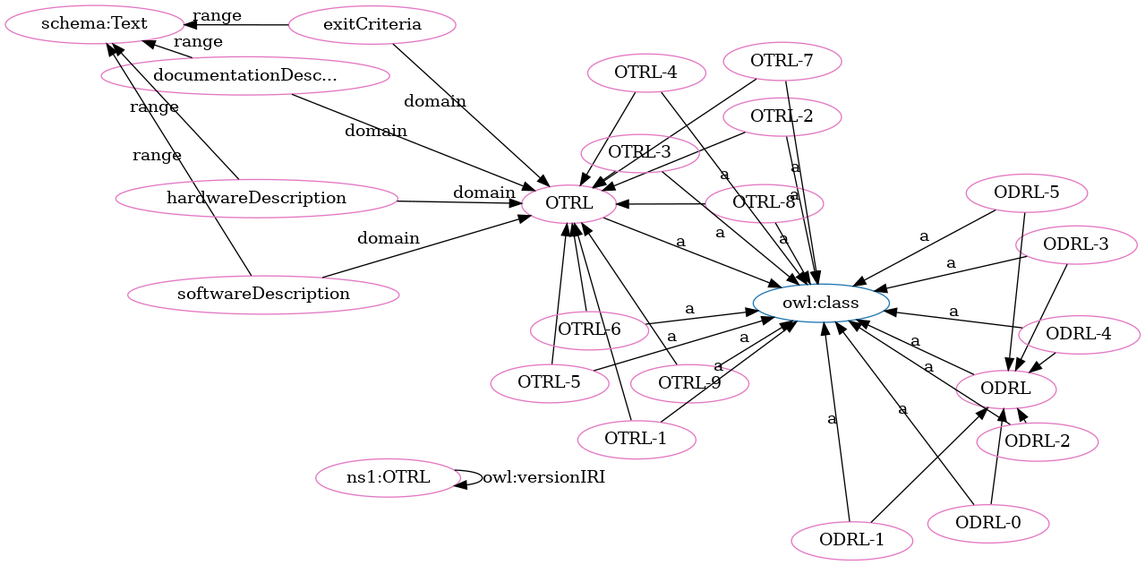
Earlier version of the Graphviz export OTRL-clean.png (OPEN-NEXT/OKH-LOSH). Its source is kept beside it as OTRL-clean.dot. Source of this version:
```dot
digraph G {
  rankdir=BT
  node[height=.3]
"http://purl.org/oseg/ontologies/OTRL#OTRL" [fillcolor="#1f77b4" color="#1f77b4" label="OTRL"]
"http://www.w3.org/2002/07/owl#class" [fillcolor="#1f77b4" color="#1f77b4" label="owl:class"]
"http://purl.org/oseg/ontologies/OTRL#ODRL" [fillcolor="#1f77b4" color="#1f77b4" label="ODRL"]
"http://purl.org/oseg/ontologies/OTRL#OTRL-2" [fillcolor="#e377c2" color="#e377c2" label="OTRL-2"]
"http://purl.org/oseg/ontologies/OTRL#OTRL-9" [fillcolor="#e377c2" color="#e377c2" label="OTRL-9"]
"http://purl.org/oseg/ontologies/OTRL#ODRL" [fillcolor="#e377c2" color="#e377c2" label="ODRL"]
"http://schema.org/Text" [fillcolor="#e377c2" color="#e377c2" label="schema:Text"]
"http://purl.org/oseg/ontologies/OTRL#exitCriteria" [fillcolor="#e377c2" color="#e377c2" label="exitCriteria"]
"http://purl.org/oseg/ontologies/OTRL#OTRL" [fillcolor="#e377c2" color="#e377c2" label="OTRL"]
"http://purl.org/oseg/ontologies/OTRL#OTRL-8" [fillcolor="#e377c2" color="#e377c2" label="OTRL-8"]
"http://purl.org/oseg/ontologies/OTRL" [fillcolor="#e377c2" color="#e377c2" label="ns1:OTRL"]
"http://purl.org/oseg/ontologies/OTRL#ODRL-1" [fillcolor="#e377c2" color="#e377c2" label="ODRL-1"]
"http://purl.org/oseg/ontologies/OTRL#OTRL-1" [fillcolor="#e377c2" color="#e377c2" label="OTRL-1"]
"http://purl.org/oseg/ontologies/OTRL#OTRL-4" [fillcolor="#e377c2" color="#e377c2" label="OTRL-4"]
"http://purl.org/oseg/ontologies/OTRL#ODRL-0" [fillcolor="#e377c2" color="#e377c2" label="ODRL-0"]
"http://purl.org/oseg/ontologies/OTRL#ODRL-3" [fillcolor="#e377c2" color="#e377c2" label="ODRL-3"]
"http://purl.org/oseg/ontologies/OTRL#documentationDescription" [fillcolor="#e377c2" color="#e377c2" label="documentationDesc..."]
"http://purl.org/oseg/ontologies/OTRL#OTRL-7" [fillcolor="#e377c2" color="#e377c2" label="OTRL-7"]
"http://purl.org/oseg/ontologies/OTRL#ODRL-4" [fillcolor="#e377c2" color="#e377c2" label="ODRL-4"]
"http://purl.org/oseg/ontologies/OTRL#OTRL-5" [fillcolor="#e377c2" color="#e377c2" label="OTRL-5"]
"http://purl.org/oseg/ontologies/OTRL#ODRL-2" [fillcolor="#e377c2" color="#e377c2" label="ODRL-2"]
"http://purl.org/oseg/ontologies/OTRL#OTRL-6" [fillcolor="#e377c2" color="#e377c2" label="OTRL-6"]
"http://purl.org/oseg/ontologies/OTRL#OTRL-3" [fillcolor="#e377c2" color="#e377c2" label="OTRL-3"]
"http://purl.org/oseg/ontologies/OTRL#softwareDescription" [fillcolor="#e377c2" color="#e377c2" label="softwareDescription"]
"http://purl.org/oseg/ontologies/OTRL#hardwareDescription" [fillcolor="#e377c2" color="#e377c2" label="hardwareDescription"]
"http://purl.org/oseg/ontologies/OTRL#ODRL-5" [fillcolor="#e377c2" color="#e377c2" label="ODRL-5"]
  "http://purl.org/oseg/ontologies/OTRL#OTRL-2" -> "http://www.w3.org/2002/07/owl#class" [label="a"]
  "http://purl.org/oseg/ontologies/OTRL#OTRL-9" -> "http://www.w3.org/2002/07/owl#class" [label="a"]
  "http://purl.org/oseg/ontologies/OTRL#hardwareDescription" -> "http://schema.org/Text" [label="range"]
  "http://purl.org/oseg/ontologies/OTRL#OTRL-8" -> "http://www.w3.org/2002/07/owl#class" [label="a"]
  "http://purl.org/oseg/ontologies/OTRL#OTRL-5" -> "http://purl.org/oseg/ontologies/OTRL#OTRL" [label=""]
  "http://purl.org/oseg/ontologies/OTRL#OTRL-9" -> "http://purl.org/oseg/ontologies/OTRL#OTRL" [label=""]
  "http://purl.org/oseg/ontologies/OTRL#ODRL-1" -> "http://www.w3.org/2002/07/owl#class" [label="a"]
  "http://purl.org/oseg/ontologies/OTRL#exitCriteria" -> "http://schema.org/Text" [label="range"]
  "http://purl.org/oseg/ontologies/OTRL#OTRL-3" -> "http://purl.org/oseg/ontologies/OTRL#OTRL" [label=""]
  "http://purl.org/oseg/ontologies/OTRL#ODRL-3" -> "http://www.w3.org/2002/07/owl#class" [label="a"]
  "http://purl.org/oseg/ontologies/OTRL#OTRL-7" -> "http://www.w3.org/2002/07/owl#class" [label="a"]
  "http://purl.org/oseg/ontologies/OTRL#ODRL-4" -> "http://purl.org/oseg/ontologies/OTRL#ODRL" [label=""]
  "http://purl.org/oseg/ontologies/OTRL#OTRL-5" -> "http://www.w3.org/2002/07/owl#class" [label="a"]
  "http://purl.org/oseg/ontologies/OTRL#ODRL-2" -> "http://www.w3.org/2002/07/owl#class" [label="a"]
  "http://purl.org/oseg/ontologies/OTRL#hardwareDescription" -> "http://purl.org/oseg/ontologies/OTRL#OTRL" [label="domain"]
  "http://purl.org/oseg/ontologies/OTRL#OTRL-3" -> "http://www.w3.org/2002/07/owl#class" [label="a"]
  "http://purl.org/oseg/ontologies/OTRL" -> "http://purl.org/oseg/ontologies/OTRL" [label="owl:versionIRI"]
  "http://purl.org/oseg/ontologies/OTRL#OTRL-1" -> "http://purl.org/oseg/ontologies/OTRL#OTRL" [label=""]
  "http://purl.org/oseg/ontologies/OTRL#OTRL-4" -> "http://purl.org/oseg/ontologies/OTRL#OTRL" [label=""]
  "http://purl.org/oseg/ontologies/OTRL#ODRL-3" -> "http://purl.org/oseg/ontologies/OTRL#ODRL" [label=""]
  "http://purl.org/oseg/ontologies/OTRL#softwareDescription" -> "http://schema.org/Text" [label="range"]
  "http://purl.org/oseg/ontologies/OTRL#OTRL" -> "http://www.w3.org/2002/07/owl#class" [label="a"]
  "http://purl.org/oseg/ontologies/OTRL#OTRL-8" -> "http://purl.org/oseg/ontologies/OTRL#OTRL" [label=""]
  "http://purl.org/oseg/ontologies/OTRL#OTRL-1" -> "http://www.w3.org/2002/07/owl#class" [label="a"]
  "http://purl.org/oseg/ontologies/OTRL#OTRL-4" -> "http://www.w3.org/2002/07/owl#class" [label="a"]
  "http://purl.org/oseg/ontologies/OTRL#documentationDescription" -> "http://purl.org/oseg/ontologies/OTRL#OTRL" [label="domain"]
  "http://purl.org/oseg/ontologies/OTRL#ODRL-1" -> "http://purl.org/oseg/ontologies/OTRL#ODRL" [label=""]
  "http://purl.org/oseg/ontologies/OTRL#ODRL-0" -> "http://www.w3.org/2002/07/owl#class" [label="a"]
  "http://purl.org/oseg/ontologies/OTRL#exitCriteria" -> "http://purl.org/oseg/ontologies/OTRL#OTRL" [label="domain"]
  "http://purl.org/oseg/ontologies/OTRL#ODRL-5" -> "http://purl.org/oseg/ontologies/OTRL#ODRL" [label=""]
  "http://purl.org/oseg/ontologies/OTRL#ODRL-4" -> "http://www.w3.org/2002/07/owl#class" [label="a"]
  "http://purl.org/oseg/ontologies/OTRL#OTRL-7" -> "http://purl.org/oseg/ontologies/OTRL#OTRL" [label=""]
  "http://purl.org/oseg/ontologies/OTRL#softwareDescription" -> "http://purl.org/oseg/ontologies/OTRL#OTRL" [label="domain"]
  "http://purl.org/oseg/ontologies/OTRL#OTRL-6" -> "http://www.w3.org/2002/07/owl#class" [label="a"]
  "http://purl.org/oseg/ontologies/OTRL#OTRL-2" -> "http://purl.org/oseg/ontologies/OTRL#OTRL" [label=""]
  "http://purl.org/oseg/ontologies/OTRL#ODRL-2" -> "http://purl.org/oseg/ontologies/OTRL#ODRL" [label=""]
  "http://purl.org/oseg/ontologies/OTRL#documentationDescription" -> "http://schema.org/Text" [label="range"]
  "http://purl.org/oseg/ontologies/OTRL#OTRL-6" -> "http://purl.org/oseg/ontologies/OTRL#OTRL" [label=""]
  "http://purl.org/oseg/ontologies/OTRL#ODRL" -> "http://www.w3.org/2002/07/owl#class" [label="a"]
  "http://purl.org/oseg/ontologies/OTRL#ODRL-5" -> "http://www.w3.org/2002/07/owl#class" [label="a"]
  "http://purl.org/oseg/ontologies/OTRL#ODRL-0" -> "http://purl.org/oseg/ontologies/OTRL#ODRL" [label=""]
}
```
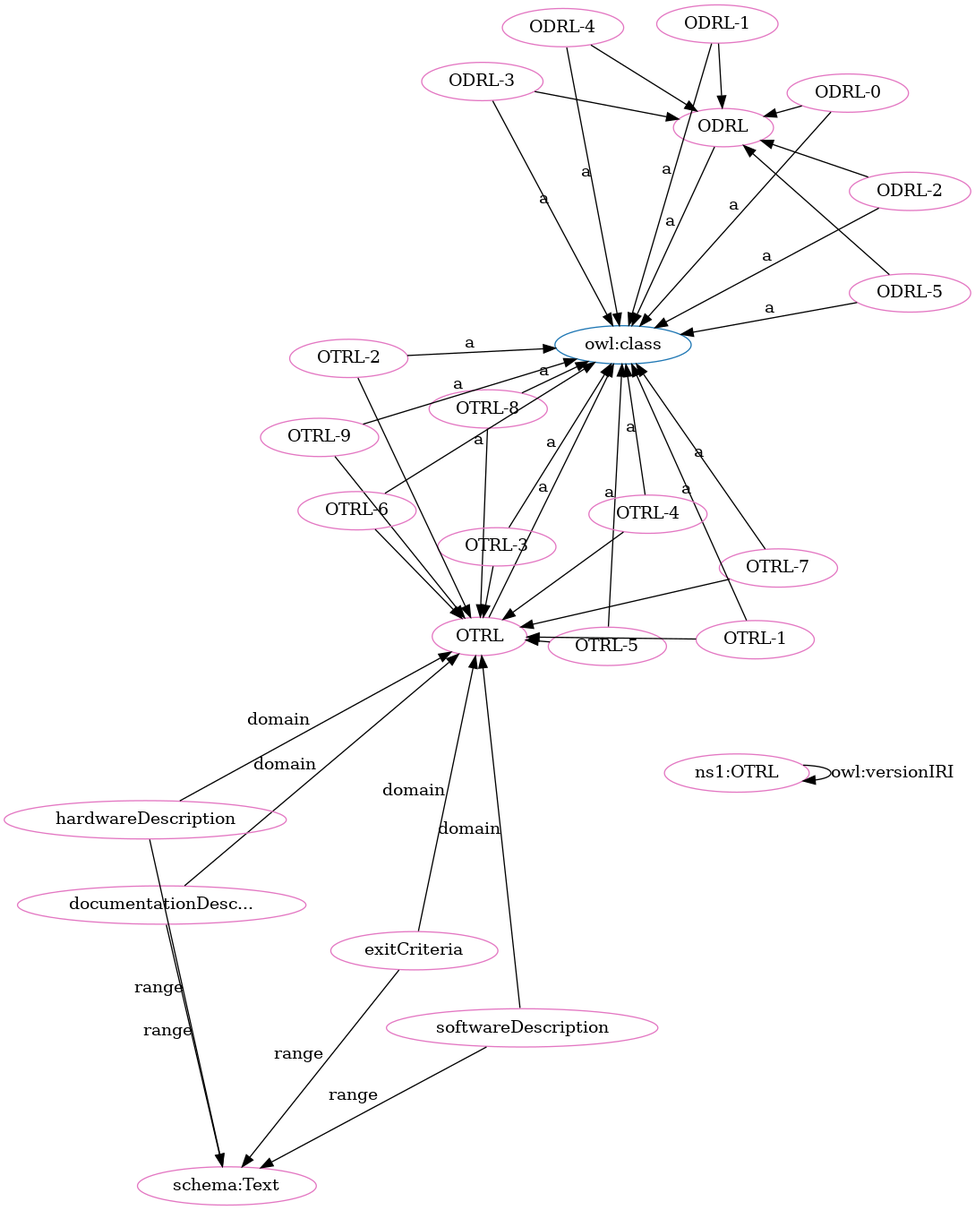
Above is the later version.

Change to the diagram source:
```diff
@@ -1,71 +1,71 @@
 digraph G {
   rankdir=BT
   node[height=.3]
+"http://purl.org/oseg/ontologies/OTRL#ODRL" [fillcolor="#1f77b4" color="#1f77b4" label="ODRL"]
+"http://www.w3.org/2002/07/owl#class" [fillcolor="#1f77b4" color="#1f77b4" label="owl:class"]
 "http://purl.org/oseg/ontologies/OTRL#OTRL" [fillcolor="#1f77b4" color="#1f77b4" label="OTRL"]
-"http://www.w3.org/2002/07/owl#class" [fillcolor="#1f77b4" color="#1f77b4" label="owl:class"]
-"http://purl.org/oseg/ontologies/OTRL#ODRL" [fillcolor="#1f77b4" color="#1f77b4" label="ODRL"]
-"http://purl.org/oseg/ontologies/OTRL#OTRL-2" [fillcolor="#e377c2" color="#e377c2" label="OTRL-2"]
-"http://purl.org/oseg/ontologies/OTRL#OTRL-9" [fillcolor="#e377c2" color="#e377c2" label="OTRL-9"]
+"http://purl.org/oseg/ontologies/OTRL#OTRL" [fillcolor="#e377c2" color="#e377c2" label="OTRL"]
+"http://purl.org/oseg/ontologies/OTRL#OTRL-7" [fillcolor="#e377c2" color="#e377c2" label="OTRL-7"]
+"http://purl.org/oseg/ontologies/OTRL#OTRL-8" [fillcolor="#e377c2" color="#e377c2" label="OTRL-8"]
+"http://purl.org/oseg/ontologies/OTRL" [fillcolor="#e377c2" color="#e377c2" label="ns1:OTRL"]
 "http://purl.org/oseg/ontologies/OTRL#ODRL" [fillcolor="#e377c2" color="#e377c2" label="ODRL"]
 "http://schema.org/Text" [fillcolor="#e377c2" color="#e377c2" label="schema:Text"]
+"http://purl.org/oseg/ontologies/OTRL#OTRL-5" [fillcolor="#e377c2" color="#e377c2" label="OTRL-5"]
+"http://purl.org/oseg/ontologies/OTRL#OTRL-1" [fillcolor="#e377c2" color="#e377c2" label="OTRL-1"]
+"http://purl.org/oseg/ontologies/OTRL#documentationDescription" [fillcolor="#e377c2" color="#e377c2" label="documentationDesc..."]
+"http://purl.org/oseg/ontologies/OTRL#OTRL-3" [fillcolor="#e377c2" color="#e377c2" label="OTRL-3"]
+"http://purl.org/oseg/ontologies/OTRL#ODRL-2" [fillcolor="#e377c2" color="#e377c2" label="ODRL-2"]
+"http://purl.org/oseg/ontologies/OTRL#OTRL-9" [fillcolor="#e377c2" color="#e377c2" label="OTRL-9"]
+"http://purl.org/oseg/ontologies/OTRL#hardwareDescription" [fillcolor="#e377c2" color="#e377c2" label="hardwareDescription"]
+"http://purl.org/oseg/ontologies/OTRL#ODRL-0" [fillcolor="#e377c2" color="#e377c2" label="ODRL-0"]
+"http://purl.org/oseg/ontologies/OTRL#ODRL-5" [fillcolor="#e377c2" color="#e377c2" label="ODRL-5"]
+"http://purl.org/oseg/ontologies/OTRL#ODRL-3" [fillcolor="#e377c2" color="#e377c2" label="ODRL-3"]
+"http://purl.org/oseg/ontologies/OTRL#OTRL-2" [fillcolor="#e377c2" color="#e377c2" label="OTRL-2"]
 "http://purl.org/oseg/ontologies/OTRL#exitCriteria" [fillcolor="#e377c2" color="#e377c2" label="exitCriteria"]
-"http://purl.org/oseg/ontologies/OTRL#OTRL" [fillcolor="#e377c2" color="#e377c2" label="OTRL"]
-"http://purl.org/oseg/ontologies/OTRL#OTRL-8" [fillcolor="#e377c2" color="#e377c2" label="OTRL-8"]
-"http://purl.org/oseg/ontologies/OTRL" [fillcolor="#e377c2" color="#e377c2" label="ns1:OTRL"]
+"http://purl.org/oseg/ontologies/OTRL#OTRL-6" [fillcolor="#e377c2" color="#e377c2" label="OTRL-6"]
 "http://purl.org/oseg/ontologies/OTRL#ODRL-1" [fillcolor="#e377c2" color="#e377c2" label="ODRL-1"]
-"http://purl.org/oseg/ontologies/OTRL#OTRL-1" [fillcolor="#e377c2" color="#e377c2" label="OTRL-1"]
+"http://purl.org/oseg/ontologies/OTRL#softwareDescription" [fillcolor="#e377c2" color="#e377c2" label="softwareDescription"]
+"http://purl.org/oseg/ontologies/OTRL#ODRL-4" [fillcolor="#e377c2" color="#e377c2" label="ODRL-4"]
 "http://purl.org/oseg/ontologies/OTRL#OTRL-4" [fillcolor="#e377c2" color="#e377c2" label="OTRL-4"]
-"http://purl.org/oseg/ontologies/OTRL#ODRL-0" [fillcolor="#e377c2" color="#e377c2" label="ODRL-0"]
-"http://purl.org/oseg/ontologies/OTRL#ODRL-3" [fillcolor="#e377c2" color="#e377c2" label="ODRL-3"]
-"http://purl.org/oseg/ontologies/OTRL#documentationDescription" [fillcolor="#e377c2" color="#e377c2" label="documentationDesc..."]
-"http://purl.org/oseg/ontologies/OTRL#OTRL-7" [fillcolor="#e377c2" color="#e377c2" label="OTRL-7"]
-"http://purl.org/oseg/ontologies/OTRL#ODRL-4" [fillcolor="#e377c2" color="#e377c2" label="ODRL-4"]
-"http://purl.org/oseg/ontologies/OTRL#OTRL-5" [fillcolor="#e377c2" color="#e377c2" label="OTRL-5"]
-"http://purl.org/oseg/ontologies/OTRL#ODRL-2" [fillcolor="#e377c2" color="#e377c2" label="ODRL-2"]
-"http://purl.org/oseg/ontologies/OTRL#OTRL-6" [fillcolor="#e377c2" color="#e377c2" label="OTRL-6"]
-"http://purl.org/oseg/ontologies/OTRL#OTRL-3" [fillcolor="#e377c2" color="#e377c2" label="OTRL-3"]
-"http://purl.org/oseg/ontologies/OTRL#softwareDescription" [fillcolor="#e377c2" color="#e377c2" label="softwareDescription"]
-"http://purl.org/oseg/ontologies/OTRL#hardwareDescription" [fillcolor="#e377c2" color="#e377c2" label="hardwareDescription"]
-"http://purl.org/oseg/ontologies/OTRL#ODRL-5" [fillcolor="#e377c2" color="#e377c2" label="ODRL-5"]
+  "http://purl.org/oseg/ontologies/OTRL#OTRL-7" -> "http://purl.org/oseg/ontologies/OTRL#OTRL" [label=""]
+  "http://purl.org/oseg/ontologies/OTRL#OTRL-7" -> "http://www.w3.org/2002/07/owl#class" [label="a"]
+  "http://purl.org/oseg/ontologies/OTRL#OTRL-8" -> "http://www.w3.org/2002/07/owl#class" [label="a"]
+  "http://purl.org/oseg/ontologies/OTRL" -> "http://purl.org/oseg/ontologies/OTRL" [label="owl:versionIRI"]
+  "http://purl.org/oseg/ontologies/OTRL#exitCriteria" -> "http://schema.org/Text" [label="range"]
+  "http://purl.org/oseg/ontologies/OTRL#OTRL-5" -> "http://www.w3.org/2002/07/owl#class" [label="a"]
+  "http://purl.org/oseg/ontologies/OTRL#OTRL-6" -> "http://purl.org/oseg/ontologies/OTRL#OTRL" [label=""]
+  "http://purl.org/oseg/ontologies/OTRL#OTRL-1" -> "http://www.w3.org/2002/07/owl#class" [label="a"]
+  "http://purl.org/oseg/ontologies/OTRL#OTRL-3" -> "http://www.w3.org/2002/07/owl#class" [label="a"]
+  "http://purl.org/oseg/ontologies/OTRL#hardwareDescription" -> "http://schema.org/Text" [label="range"]
+  "http://purl.org/oseg/ontologies/OTRL#documentationDescription" -> "http://purl.org/oseg/ontologies/OTRL#OTRL" [label="domain"]
+  "http://purl.org/oseg/ontologies/OTRL#OTRL-6" -> "http://www.w3.org/2002/07/owl#class" [label="a"]
+  "http://purl.org/oseg/ontologies/OTRL#softwareDescription" -> "http://schema.org/Text" [label="range"]
+  "http://purl.org/oseg/ontologies/OTRL#ODRL-1" -> "http://www.w3.org/2002/07/owl#class" [label="a"]
+  "http://purl.org/oseg/ontologies/OTRL#ODRL-1" -> "http://purl.org/oseg/ontologies/OTRL#ODRL" [label=""]
+  "http://purl.org/oseg/ontologies/OTRL#ODRL-4" -> "http://www.w3.org/2002/07/owl#class" [label="a"]
+  "http://purl.org/oseg/ontologies/OTRL#OTRL-2" -> "http://purl.org/oseg/ontologies/OTRL#OTRL" [label=""]
+  "http://purl.org/oseg/ontologies/OTRL#ODRL-4" -> "http://purl.org/oseg/ontologies/OTRL#ODRL" [label=""]
+  "http://purl.org/oseg/ontologies/OTRL#ODRL" -> "http://www.w3.org/2002/07/owl#class" [label="a"]
+  "http://purl.org/oseg/ontologies/OTRL#softwareDescription" -> "http://purl.org/oseg/ontologies/OTRL#OTRL" [label="domain"]
+  "http://purl.org/oseg/ontologies/OTRL#hardwareDescription" -> "http://purl.org/oseg/ontologies/OTRL#OTRL" [label="domain"]
+  "http://purl.org/oseg/ontologies/OTRL#OTRL-4" -> "http://purl.org/oseg/ontologies/OTRL#OTRL" [label=""]
+  "http://purl.org/oseg/ontologies/OTRL#ODRL-2" -> "http://www.w3.org/2002/07/owl#class" [label="a"]
+  "http://purl.org/oseg/ontologies/OTRL#OTRL-9" -> "http://www.w3.org/2002/07/owl#class" [label="a"]
+  "http://purl.org/oseg/ontologies/OTRL#OTRL-9" -> "http://purl.org/oseg/ontologies/OTRL#OTRL" [label=""]
+  "http://purl.org/oseg/ontologies/OTRL#OTRL-8" -> "http://purl.org/oseg/ontologies/OTRL#OTRL" [label=""]
+  "http://purl.org/oseg/ontologies/OTRL#exitCriteria" -> "http://purl.org/oseg/ontologies/OTRL#OTRL" [label="domain"]
+  "http://purl.org/oseg/ontologies/OTRL#ODRL-0" -> "http://www.w3.org/2002/07/owl#class" [label="a"]
+  "http://purl.org/oseg/ontologies/OTRL#ODRL-2" -> "http://purl.org/oseg/ontologies/OTRL#ODRL" [label=""]
+  "http://purl.org/oseg/ontologies/OTRL#OTRL-5" -> "http://purl.org/oseg/ontologies/OTRL#OTRL" [label=""]
+  "http://purl.org/oseg/ontologies/OTRL#ODRL-5" -> "http://www.w3.org/2002/07/owl#class" [label="a"]
+  "http://purl.org/oseg/ontologies/OTRL#ODRL-3" -> "http://www.w3.org/2002/07/owl#class" [label="a"]
   "http://purl.org/oseg/ontologies/OTRL#OTRL-2" -> "http://www.w3.org/2002/07/owl#class" [label="a"]
-  "http://purl.org/oseg/ontologies/OTRL#OTRL-9" -> "http://www.w3.org/2002/07/owl#class" [label="a"]
-  "http://purl.org/oseg/ontologies/OTRL#hardwareDescription" -> "http://schema.org/Text" [label="range"]
-  "http://purl.org/oseg/ontologies/OTRL#OTRL-8" -> "http://www.w3.org/2002/07/owl#class" [label="a"]
-  "http://purl.org/oseg/ontologies/OTRL#OTRL-5" -> "http://purl.org/oseg/ontologies/OTRL#OTRL" [label=""]
-  "http://purl.org/oseg/ontologies/OTRL#OTRL-9" -> "http://purl.org/oseg/ontologies/OTRL#OTRL" [label=""]
-  "http://purl.org/oseg/ontologies/OTRL#ODRL-1" -> "http://www.w3.org/2002/07/owl#class" [label="a"]
-  "http://purl.org/oseg/ontologies/OTRL#exitCriteria" -> "http://schema.org/Text" [label="range"]
+  "http://purl.org/oseg/ontologies/OTRL#ODRL-0" -> "http://purl.org/oseg/ontologies/OTRL#ODRL" [label=""]
+  "http://purl.org/oseg/ontologies/OTRL#ODRL-3" -> "http://purl.org/oseg/ontologies/OTRL#ODRL" [label=""]
+  "http://purl.org/oseg/ontologies/OTRL#documentationDescription" -> "http://schema.org/Text" [label="range"]
+  "http://purl.org/oseg/ontologies/OTRL#ODRL-5" -> "http://purl.org/oseg/ontologies/OTRL#ODRL" [label=""]
+  "http://purl.org/oseg/ontologies/OTRL#OTRL-1" -> "http://purl.org/oseg/ontologies/OTRL#OTRL" [label=""]
+  "http://purl.org/oseg/ontologies/OTRL#OTRL" -> "http://www.w3.org/2002/07/owl#class" [label="a"]
   "http://purl.org/oseg/ontologies/OTRL#OTRL-3" -> "http://purl.org/oseg/ontologies/OTRL#OTRL" [label=""]
-  "http://purl.org/oseg/ontologies/OTRL#ODRL-3" -> "http://www.w3.org/2002/07/owl#class" [label="a"]
-  "http://purl.org/oseg/ontologies/OTRL#OTRL-7" -> "http://www.w3.org/2002/07/owl#class" [label="a"]
-  "http://purl.org/oseg/ontologies/OTRL#ODRL-4" -> "http://purl.org/oseg/ontologies/OTRL#ODRL" [label=""]
-  "http://purl.org/oseg/ontologies/OTRL#OTRL-5" -> "http://www.w3.org/2002/07/owl#class" [label="a"]
-  "http://purl.org/oseg/ontologies/OTRL#ODRL-2" -> "http://www.w3.org/2002/07/owl#class" [label="a"]
-  "http://purl.org/oseg/ontologies/OTRL#hardwareDescription" -> "http://purl.org/oseg/ontologies/OTRL#OTRL" [label="domain"]
-  "http://purl.org/oseg/ontologies/OTRL#OTRL-3" -> "http://www.w3.org/2002/07/owl#class" [label="a"]
-  "http://purl.org/oseg/ontologies/OTRL" -> "http://purl.org/oseg/ontologies/OTRL" [label="owl:versionIRI"]
-  "http://purl.org/oseg/ontologies/OTRL#OTRL-1" -> "http://purl.org/oseg/ontologies/OTRL#OTRL" [label=""]
-  "http://purl.org/oseg/ontologies/OTRL#OTRL-4" -> "http://purl.org/oseg/ontologies/OTRL#OTRL" [label=""]
-  "http://purl.org/oseg/ontologies/OTRL#ODRL-3" -> "http://purl.org/oseg/ontologies/OTRL#ODRL" [label=""]
-  "http://purl.org/oseg/ontologies/OTRL#softwareDescription" -> "http://schema.org/Text" [label="range"]
-  "http://purl.org/oseg/ontologies/OTRL#OTRL" -> "http://www.w3.org/2002/07/owl#class" [label="a"]
-  "http://purl.org/oseg/ontologies/OTRL#OTRL-8" -> "http://purl.org/oseg/ontologies/OTRL#OTRL" [label=""]
-  "http://purl.org/oseg/ontologies/OTRL#OTRL-1" -> "http://www.w3.org/2002/07/owl#class" [label="a"]
   "http://purl.org/oseg/ontologies/OTRL#OTRL-4" -> "http://www.w3.org/2002/07/owl#class" [label="a"]
-  "http://purl.org/oseg/ontologies/OTRL#documentationDescription" -> "http://purl.org/oseg/ontologies/OTRL#OTRL" [label="domain"]
-  "http://purl.org/oseg/ontologies/OTRL#ODRL-1" -> "http://purl.org/oseg/ontologies/OTRL#ODRL" [label=""]
-  "http://purl.org/oseg/ontologies/OTRL#ODRL-0" -> "http://www.w3.org/2002/07/owl#class" [label="a"]
-  "http://purl.org/oseg/ontologies/OTRL#exitCriteria" -> "http://purl.org/oseg/ontologies/OTRL#OTRL" [label="domain"]
-  "http://purl.org/oseg/ontologies/OTRL#ODRL-5" -> "http://purl.org/oseg/ontologies/OTRL#ODRL" [label=""]
-  "http://purl.org/oseg/ontologies/OTRL#ODRL-4" -> "http://www.w3.org/2002/07/owl#class" [label="a"]
-  "http://purl.org/oseg/ontologies/OTRL#OTRL-7" -> "http://purl.org/oseg/ontologies/OTRL#OTRL" [label=""]
-  "http://purl.org/oseg/ontologies/OTRL#softwareDescription" -> "http://purl.org/oseg/ontologies/OTRL#OTRL" [label="domain"]
-  "http://purl.org/oseg/ontologies/OTRL#OTRL-6" -> "http://www.w3.org/2002/07/owl#class" [label="a"]
-  "http://purl.org/oseg/ontologies/OTRL#OTRL-2" -> "http://purl.org/oseg/ontologies/OTRL#OTRL" [label=""]
-  "http://purl.org/oseg/ontologies/OTRL#ODRL-2" -> "http://purl.org/oseg/ontologies/OTRL#ODRL" [label=""]
-  "http://purl.org/oseg/ontologies/OTRL#documentationDescription" -> "http://schema.org/Text" [label="range"]
-  "http://purl.org/oseg/ontologies/OTRL#OTRL-6" -> "http://purl.org/oseg/ontologies/OTRL#OTRL" [label=""]
-  "http://purl.org/oseg/ontologies/OTRL#ODRL" -> "http://www.w3.org/2002/07/owl#class" [label="a"]
-  "http://purl.org/oseg/ontologies/OTRL#ODRL-5" -> "http://www.w3.org/2002/07/owl#class" [label="a"]
-  "http://purl.org/oseg/ontologies/OTRL#ODRL-0" -> "http://purl.org/oseg/ontologies/OTRL#ODRL" [label=""]
 }
```
